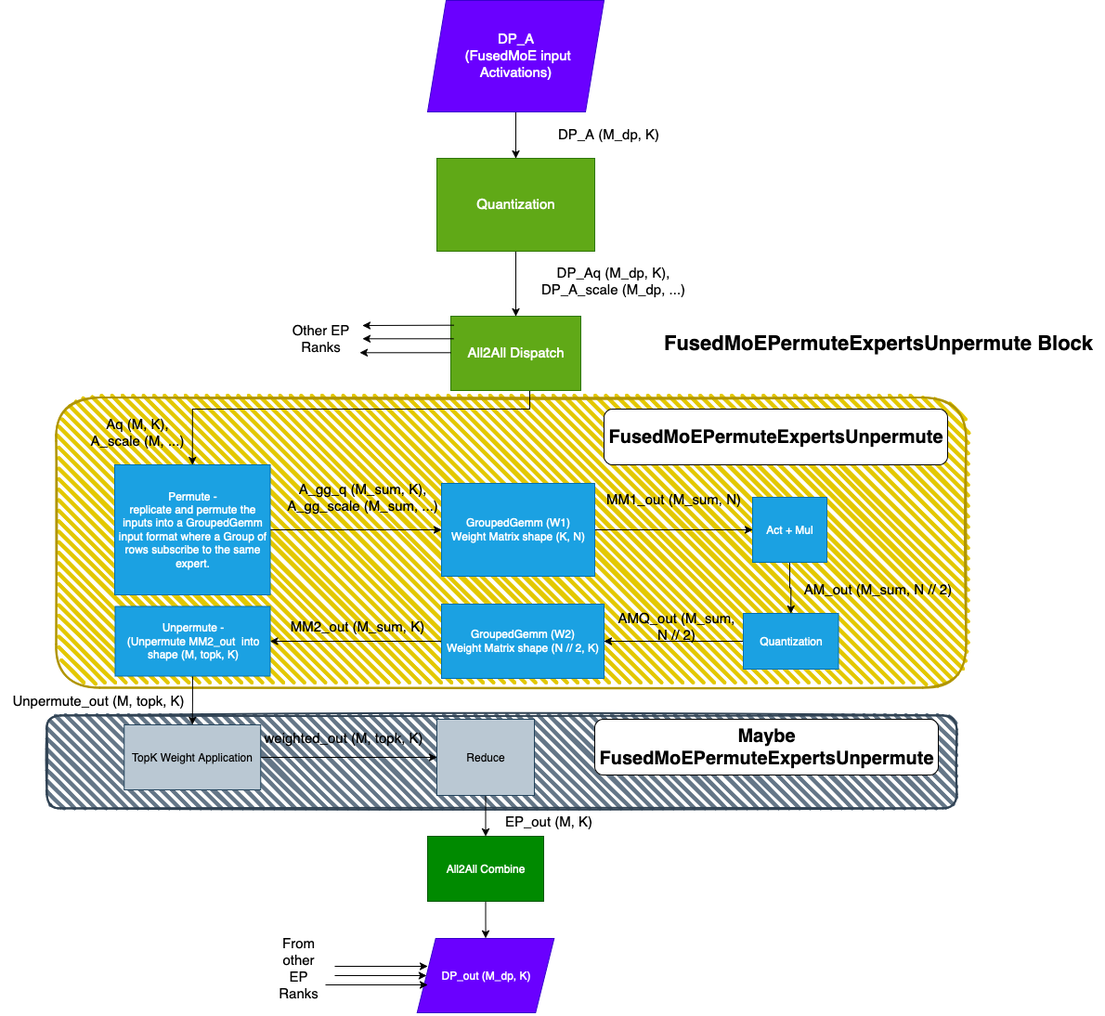
Earlier version of the draw.io export docs/assets/design/fused_moe_modular_kernel/fused_experts_blocks.png (vllm-project/vllm). Source tidied: cells renumbered, new cells last; positions are measured from the earlier drawing's top-left corner, leaving out a move shared by most shapes.
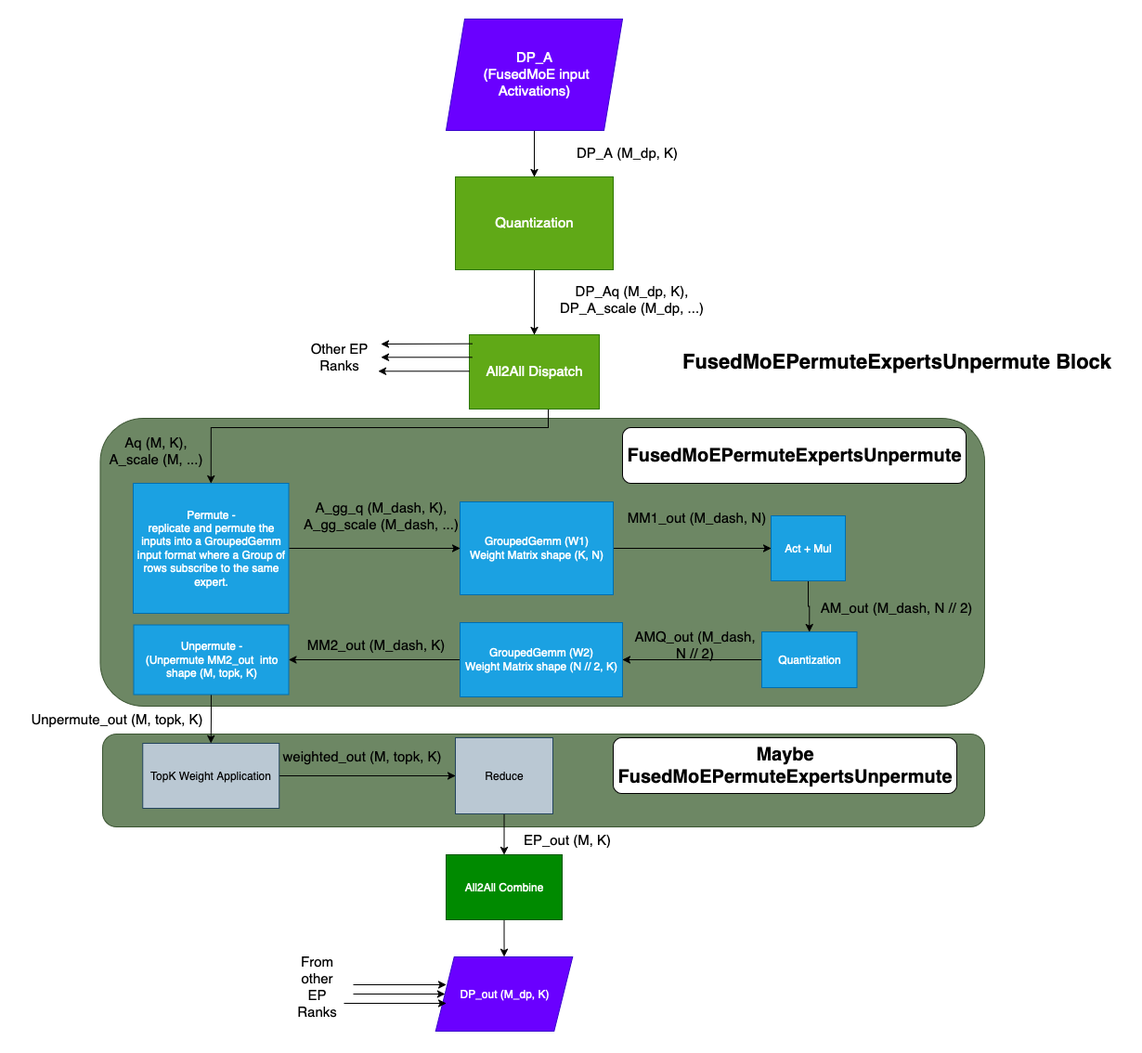
The same file after the commit.

Change to the diagram source:
```diff
@@ -2,12 +2,12 @@
   <root>
     <mxCell id="0" />
     <mxCell id="1" parent="0" />
-    <mxCell id="2" style="rounded=1;whiteSpace=wrap;html=1;strokeWidth=2;fillWeight=4;hachureGap=8;hachureAngle=45;fillColor=#647687;sketch=1;fontColor=#ffffff;strokeColor=#314354;" parent="1" vertex="1">
-      <mxGeometry x="50" y="770" width="980" height="100" as="geometry" />
-    </mxCell>
-    <mxCell id="3" style="rounded=1;whiteSpace=wrap;html=1;strokeWidth=2;fillWeight=4;hachureGap=8;hachureAngle=45;fillColor=#e3c800;sketch=1;fontColor=#000000;strokeColor=#B09500;" parent="1" vertex="1">
-      <mxGeometry x="60" y="427.5" width="980" height="312.5" as="geometry" />
-    </mxCell>
+    <mxCell id="51" style="rounded=1;whiteSpace=wrap;html=1;fillColor=#6d8764;fontColor=#ffffff;strokeColor=#3A5431;" parent="1" vertex="1">
+      <mxGeometry x="90" y="770" width="950" height="100" as="geometry" />
+    </mxCell>
+    <mxCell id="52" style="rounded=1;whiteSpace=wrap;html=1;fillColor=#6d8764;fontColor=#ffffff;strokeColor=#3A5431;" parent="1" vertex="1">
+      <mxGeometry x="87.5" y="430" width="952.5" height="310" as="geometry" />
+    </mxCell>
     <mxCell id="4" style="edgeStyle=orthogonalEdgeStyle;rounded=0;jettySize=auto;html=1;entryX=0.5;entryY=0;entryDx=0;entryDy=0;" parent="1" edge="1" source="5" target="7">
       <mxGeometry relative="1" as="geometry" />
     </mxCell>
@@ -46,7 +46,7 @@
     <mxCell id="14" value="&lt;div&gt;Permute -&lt;br&gt;&lt;/div&gt;&lt;div&gt;replicate and permute the inputs into a GroupedGemm input format where a Group of rows subscribe to the same expert.&lt;br&gt;&lt;/div&gt;" style="rounded=0;whiteSpace=wrap;html=1;fillColor=#1ba1e2;fontColor=#ffffff;strokeColor=#006EAF;" parent="1" vertex="1">
       <mxGeometry x="123" y="500" width="167.5" height="140" as="geometry" />
     </mxCell>
-    <mxCell id="15" value="&lt;div&gt;&lt;font style=&quot;font-size: 15px;&quot;&gt;A_gg_q (M_sum, K), &lt;br&gt;&lt;/font&gt;&lt;/div&gt;&lt;div&gt;&lt;font style=&quot;font-size: 15px;&quot;&gt;A_gg_scale (M_sum, ...)&lt;/font&gt;&lt;/div&gt;&lt;div&gt;&lt;font style=&quot;font-size: 15px;&quot;&gt;&lt;br&gt;&lt;/font&gt;&lt;/div&gt;" style="text;html=1;align=center;verticalAlign=middle;whiteSpace=wrap;rounded=0;" parent="1" vertex="1">
+    <mxCell id="15" value="&lt;div&gt;&lt;font style=&quot;font-size: 15px;&quot;&gt;A_gg_q (M_dash, K), &lt;br&gt;&lt;/font&gt;&lt;/div&gt;&lt;div&gt;&lt;font style=&quot;font-size: 15px;&quot;&gt;A_gg_scale (M_dash, ...)&lt;/font&gt;&lt;/div&gt;&lt;div&gt;&lt;font style=&quot;font-size: 15px;&quot;&gt;&lt;br&gt;&lt;/font&gt;&lt;/div&gt;" style="text;html=1;align=center;verticalAlign=middle;whiteSpace=wrap;rounded=0;" parent="1" vertex="1">
       <mxGeometry x="295" y="530" width="190" height="30" as="geometry" />
     </mxCell>
     <mxCell id="16" style="edgeStyle=orthogonalEdgeStyle;rounded=0;jettySize=auto;html=1;entryX=0;entryY=0.5;entryDx=0;entryDy=0;" parent="1" edge="1" source="17" target="20">
@@ -55,8 +55,8 @@
     <mxCell id="17" value="&lt;div&gt;GroupedGemm (W1) &lt;br&gt;&lt;/div&gt;&lt;div&gt;Weight Matrix shape (K, N)&lt;br&gt;&lt;/div&gt;" style="rounded=0;whiteSpace=wrap;html=1;fillColor=#1ba1e2;fontColor=#ffffff;strokeColor=#006EAF;" parent="1" vertex="1">
       <mxGeometry x="475" y="520" width="165" height="100" as="geometry" />
     </mxCell>
-    <mxCell id="18" value="&lt;div&gt;&lt;font style=&quot;font-size: 15px;&quot;&gt;MM1_out (M_sum, N)&lt;/font&gt;&lt;br&gt;&lt;/div&gt;&lt;div&gt;&lt;br&gt;&lt;/div&gt;" style="text;html=1;align=center;verticalAlign=middle;whiteSpace=wrap;rounded=0;" parent="1" vertex="1">
-      <mxGeometry x="650" y="530" width="150" height="30" as="geometry" />
+    <mxCell id="18" value="&lt;div&gt;&lt;font style=&quot;font-size: 15px;&quot;&gt;MM1_out (M_dash, N)&lt;/font&gt;&lt;br&gt;&lt;/div&gt;&lt;div&gt;&lt;br&gt;&lt;/div&gt;" style="text;html=1;align=center;verticalAlign=middle;whiteSpace=wrap;rounded=0;" parent="1" vertex="1">
+      <mxGeometry x="650" y="530" width="160" height="30" as="geometry" />
     </mxCell>
     <mxCell id="19" style="edgeStyle=orthogonalEdgeStyle;rounded=0;jettySize=auto;html=1;entryX=0.5;entryY=0;entryDx=0;entryDy=0;" parent="1" edge="1" source="20" target="23">
       <mxGeometry relative="1" as="geometry" />
@@ -64,7 +64,7 @@
     <mxCell id="20" value="Act + Mul" style="rounded=0;whiteSpace=wrap;html=1;fillColor=#1ba1e2;fontColor=#ffffff;strokeColor=#006EAF;" parent="1" vertex="1">
       <mxGeometry x="810" y="535" width="80" height="70" as="geometry" />
     </mxCell>
-    <mxCell id="21" value="&lt;font style=&quot;font-size: 15px;&quot;&gt;AM_out (M_sum, N // 2)&lt;/font&gt;" style="text;html=1;align=center;verticalAlign=middle;whiteSpace=wrap;rounded=0;" parent="1" vertex="1">
+    <mxCell id="21" value="&lt;font style=&quot;font-size: 15px;&quot;&gt;AM_out (M_dash, N // 2)&lt;/font&gt;" style="text;html=1;align=center;verticalAlign=middle;whiteSpace=wrap;rounded=0;" parent="1" vertex="1">
       <mxGeometry x="860" y="620" width="170" height="30" as="geometry" />
     </mxCell>
     <mxCell id="22" style="edgeStyle=orthogonalEdgeStyle;rounded=0;jettySize=auto;html=1;entryX=1;entryY=0.5;entryDx=0;entryDy=0;" parent="1" edge="1" source="23" target="26">
@@ -73,7 +73,7 @@
     <mxCell id="23" value="&lt;div&gt;Quantization&lt;/div&gt;" style="rounded=0;whiteSpace=wrap;html=1;fillColor=#1ba1e2;fontColor=#ffffff;strokeColor=#006EAF;" parent="1" vertex="1">
       <mxGeometry x="800" y="660" width="102.5" height="60" as="geometry" />
     </mxCell>
-    <mxCell id="24" value="&lt;font style=&quot;font-size: 15px;&quot;&gt;AMQ_out (M_sum, N // 2)&lt;/font&gt;" style="text;html=1;align=center;verticalAlign=middle;whiteSpace=wrap;rounded=0;" parent="1" vertex="1">
+    <mxCell id="24" value="&lt;font style=&quot;font-size: 15px;&quot;&gt;AMQ_out (M_dash, N // 2)&lt;/font&gt;" style="text;html=1;align=center;verticalAlign=middle;whiteSpace=wrap;rounded=0;" parent="1" vertex="1">
       <mxGeometry x="657.5" y="660" width="140" height="30" as="geometry" />
     </mxCell>
     <mxCell id="25" style="edgeStyle=orthogonalEdgeStyle;rounded=0;jettySize=auto;html=1;entryX=1;entryY=0.5;entryDx=0;entryDy=0;" parent="1" edge="1" source="26" target="29">
@@ -82,7 +82,7 @@
     <mxCell id="26" value="&lt;div&gt;GroupedGemm (W2) &lt;br&gt;&lt;/div&gt;&lt;div&gt;Weight Matrix shape (N // 2, K)&lt;br&gt;&lt;/div&gt;" style="rounded=0;whiteSpace=wrap;html=1;fillColor=#1ba1e2;fontColor=#ffffff;strokeColor=#006EAF;" parent="1" vertex="1">
       <mxGeometry x="475" y="650" width="175" height="80" as="geometry" />
     </mxCell>
-    <mxCell id="27" value="&lt;font style=&quot;font-size: 15px;&quot;&gt;MM2_out (M_sum, K)&lt;/font&gt;" style="text;html=1;align=center;verticalAlign=middle;whiteSpace=wrap;rounded=0;" parent="1" vertex="1">
+    <mxCell id="27" value="&lt;font style=&quot;font-size: 15px;&quot;&gt;MM2_out (M_dash, K)&lt;/font&gt;" style="text;html=1;align=center;verticalAlign=middle;whiteSpace=wrap;rounded=0;" parent="1" vertex="1">
       <mxGeometry x="308.8" y="660" width="151.2" height="30" as="geometry" />
     </mxCell>
     <mxCell id="28" style="edgeStyle=orthogonalEdgeStyle;rounded=0;jettySize=auto;html=1;entryX=0.5;entryY=0;entryDx=0;entryDy=0;" parent="1" edge="1" source="29" target="31">
```
